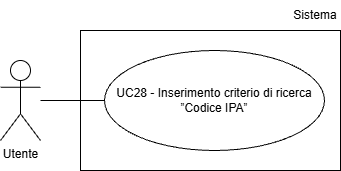
Team-Three-Technologies/Documenti keeps this draw.io diagram as assets/Use_Case_Diagrams/UC28.png. Above is the earlier version. Source tidied: cells renumbered, new cells last; positions are measured from the earlier drawing's top-left corner, leaving out a move shared by most shapes. Source of this version:
```xml
<mxGraphModel>
  <root>
    <mxCell id="0" />
    <mxCell id="1" parent="0" />
    <mxCell id="2" value="Utente" style="shape=umlActor;verticalLabelPosition=bottom;verticalAlign=top;html=1;" parent="1" vertex="1">
      <mxGeometry y="60" width="40" height="80" as="geometry" />
    </mxCell>
    <mxCell id="3" value="UC28 - Inserimento criterio di ricerca ”Codice IPA”" style="ellipse;whiteSpace=wrap;html=1;align=center;" parent="1" vertex="1">
      <mxGeometry x="104" y="50" width="220" height="100" as="geometry" />
    </mxCell>
    <mxCell id="4" style="endArrow=none;html=1;rounded=0;entryX=0;entryY=0.5;entryDx=0;entryDy=0;" parent="1" edge="1" target="3">
      <mxGeometry relative="1" as="geometry">
        <mxPoint x="40" y="100" as="sourcePoint" />
      </mxGeometry>
    </mxCell>
    <mxCell id="5" style="rounded=0;whiteSpace=wrap;html=1;fillColor=none;" parent="1" vertex="1">
      <mxGeometry x="80" y="30" width="260" height="140" as="geometry" />
    </mxCell>
    <mxCell id="6" value="Sistema" style="text;html=1;whiteSpace=wrap;strokeColor=none;fillColor=none;align=center;verticalAlign=middle;rounded=0;" parent="1" vertex="1">
      <mxGeometry x="290" width="50" height="30" as="geometry" />
    </mxCell>
  </root>
</mxGraphModel>
```
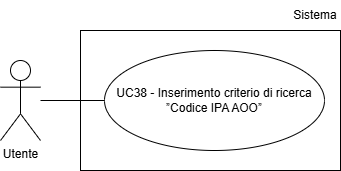
The same diagram one commit later.

Diff of the diagram source:
```diff
@@ -5,17 +5,17 @@
     <mxCell id="2" value="Utente" style="shape=umlActor;verticalLabelPosition=bottom;verticalAlign=top;html=1;" parent="1" vertex="1">
       <mxGeometry y="60" width="40" height="80" as="geometry" />
     </mxCell>
-    <mxCell id="3" value="UC28 - Inserimento criterio di ricerca ”Codice IPA”" style="ellipse;whiteSpace=wrap;html=1;align=center;" parent="1" vertex="1">
-      <mxGeometry x="104" y="50" width="220" height="100" as="geometry" />
-    </mxCell>
-    <mxCell id="4" style="endArrow=none;html=1;rounded=0;entryX=0;entryY=0.5;entryDx=0;entryDy=0;" parent="1" edge="1" target="3">
-      <mxGeometry relative="1" as="geometry">
-        <mxPoint x="40" y="100" as="sourcePoint" />
-      </mxGeometry>
-    </mxCell>
-    <mxCell id="5" style="rounded=0;whiteSpace=wrap;html=1;fillColor=none;" parent="1" vertex="1">
-      <mxGeometry x="80" y="30" width="260" height="140" as="geometry" />
-    </mxCell>
+    <mxCell id="7" value="UC38 - Inserimento criterio di ricerca ”Codice IPA AOO”" style="ellipse;whiteSpace=wrap;html=1;align=center;" parent="1" vertex="1">
+      <mxGeometry x="104" y="50" width="220" height="100" as="geometry" />
+    </mxCell>
+    <mxCell id="8" style="endArrow=none;html=1;rounded=0;entryX=0;entryY=0.5;entryDx=0;entryDy=0;" parent="1" edge="1" target="7">
+      <mxGeometry relative="1" as="geometry">
+        <mxPoint x="40" y="100" as="sourcePoint" />
+      </mxGeometry>
+    </mxCell>
+    <mxCell id="9" style="rounded=0;whiteSpace=wrap;html=1;fillColor=none;" parent="1" vertex="1">
+      <mxGeometry x="80" y="30" width="260" height="140" as="geometry" />
+    </mxCell>
     <mxCell id="6" value="Sistema" style="text;html=1;whiteSpace=wrap;strokeColor=none;fillColor=none;align=center;verticalAlign=middle;rounded=0;" parent="1" vertex="1">
       <mxGeometry x="290" width="50" height="30" as="geometry" />
     </mxCell>
```
